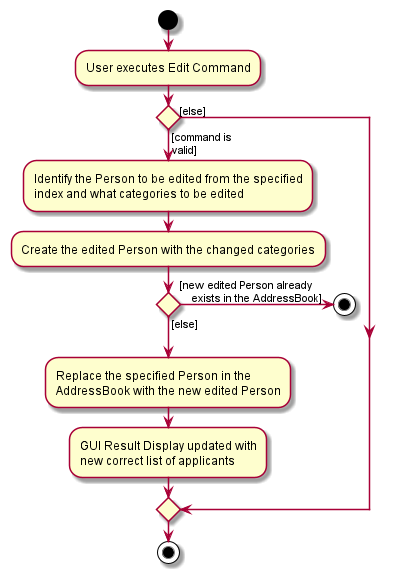
The PlantUML diagram docs/images/EditCommandActivityDiagram.png in nus-cs2103-AY2122S1/tp, before a commit.
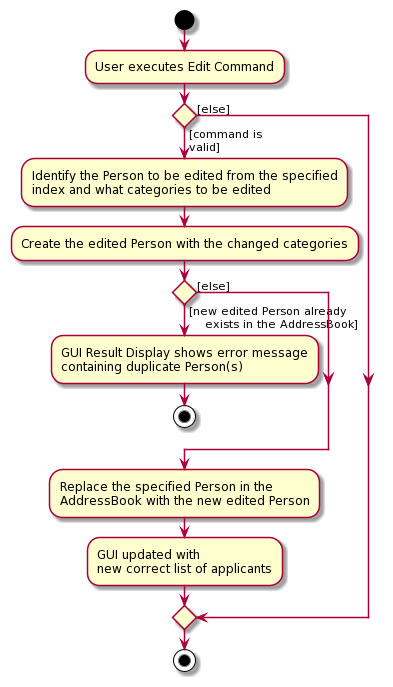
After the commit.

Commit message:
Change Add and Edit diagrams and add Show Command design considerations

What changed in the source:
```diff
@@ -13,6 +13,9 @@
     if () then ([new edited Person already
     exists in the AddressBook])
 
+        :GUI Result Display shows error message
+        containing duplicate Person(s);
+
         stop
 
     else ([else])
@@ -21,7 +24,7 @@
     :Replace the specified Person in the
     AddressBook with the new edited Person;
 
-    :GUI Result Display updated with
+    :GUI updated with
     new correct list of applicants;
 else ([else])
 endif
```
